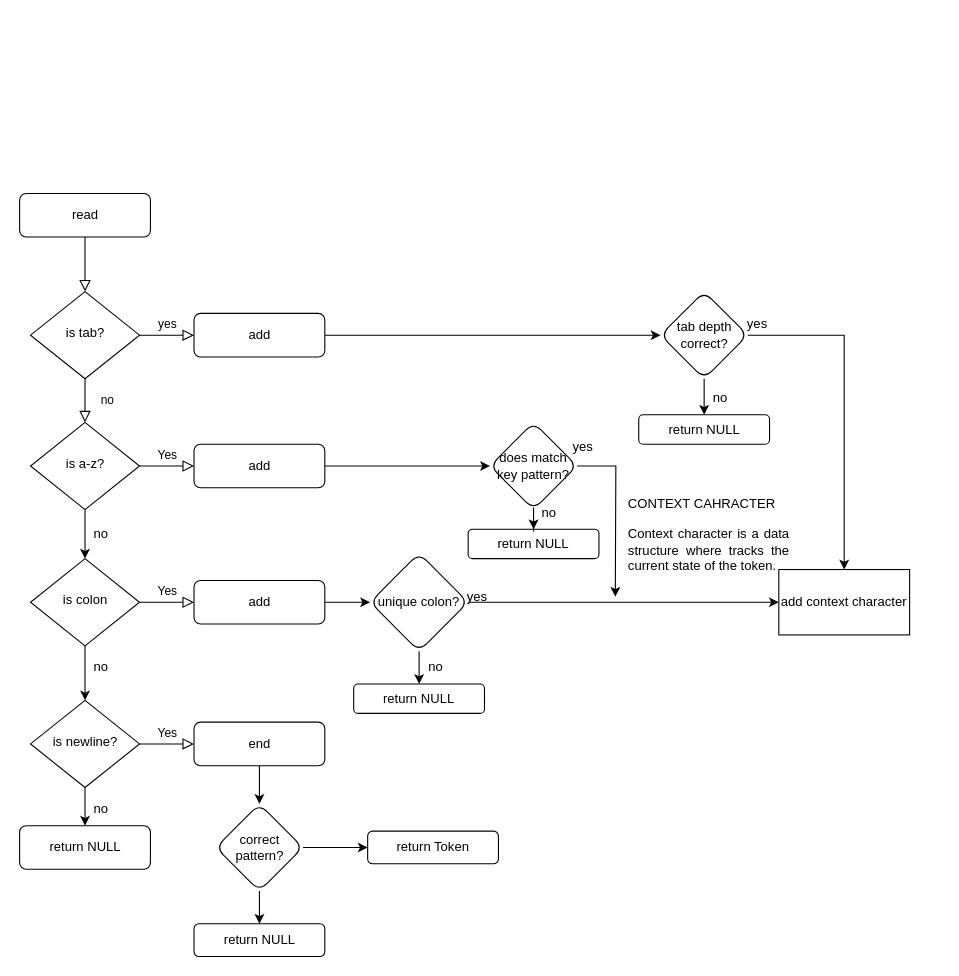
This is page "lexer state machine" (1 of 2) of Lexer-Parser/ex00/ParserLexer.drawio from lugonzalg/Laboratory, a draw.io file, before an edit. Source tidied: cells renumbered, new cells numbered last; positions are measured from the earlier drawing's top-left corner, leaving out a move shared by most shapes. Both pictures are drawn from the tidied source at 109%, with x=0, y=0 at pixel (20, 193).
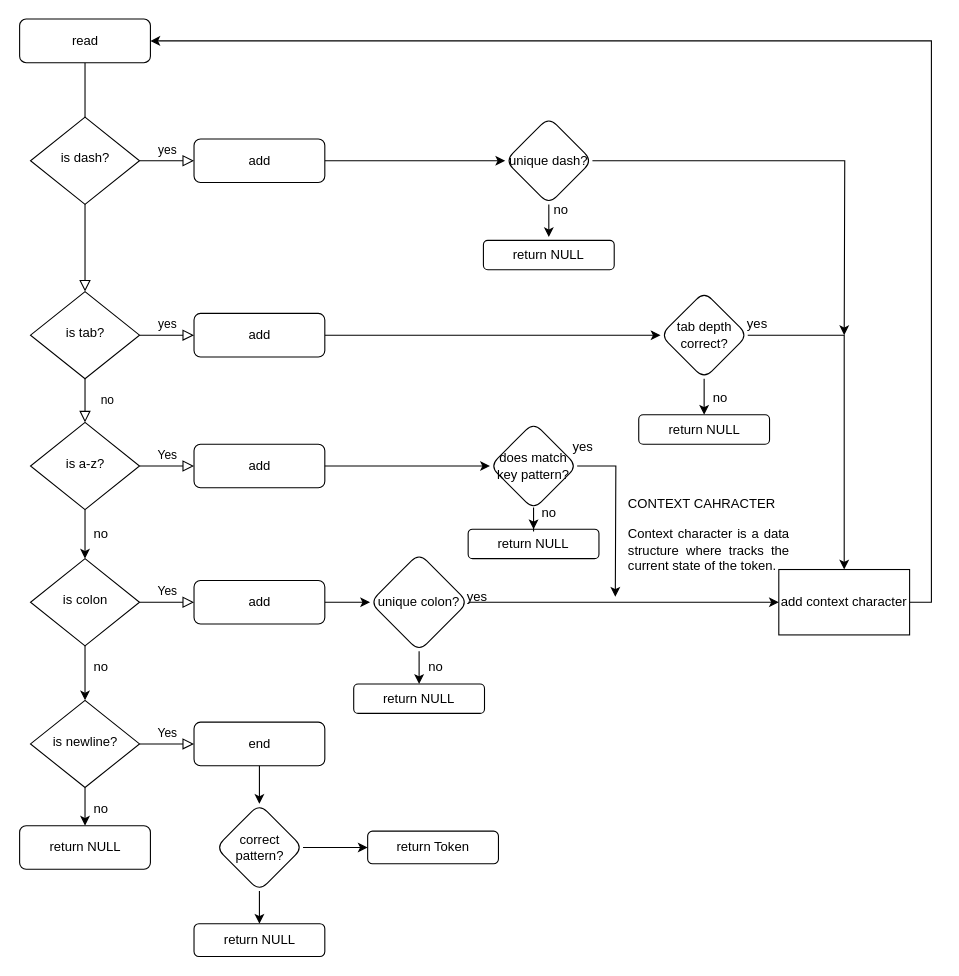
The same page after the edit.

The change refers to these unchanged cells:
```xml
<mxCell id="38" value="add context character" style="rounded=0;whiteSpace=wrap;html=1;" parent="1" vertex="1">
  <mxGeometry x="696" y="345" width="120" height="60" as="geometry" />
</mxCell>
```

The edit, as a diff of the source:
```diff
@@
     <mxCell id="3" value="read" style="rounded=1;whiteSpace=wrap;html=1;fontSize=12;glass=0;strokeWidth=1;shadow=0;" parent="1" vertex="1">
-      <mxGeometry x="-0.5" width="120" height="40" as="geometry" />
+      <mxGeometry x="-0.5" y="-160" width="120" height="40" as="geometry" />
     </mxCell>
@@
+    <mxCell id="54" style="edgeStyle=orthogonalEdgeStyle;rounded=0;jettySize=auto;html=1;entryX=1;entryY=0.5;entryDx=0;entryDy=0;" parent="1" edge="1" source="38" target="3">
+      <mxGeometry relative="1" as="geometry">
+        <Array as="points">
+          <mxPoint x="836" y="375" />
+          <mxPoint x="836" y="-140" />
+        </Array>
+      </mxGeometry>
+    </mxCell>
@@
+    <mxCell id="55" value="yes" style="edgeStyle=orthogonalEdgeStyle;rounded=0;html=1;jettySize=auto;fontSize=11;endArrow=block;endFill=0;endSize=8;strokeWidth=1;shadow=0;labelBackgroundColor=none;" parent="1" edge="1" source="56" target="58">
+      <mxGeometry y="10" relative="1" as="geometry" />
+    </mxCell>
+    <mxCell id="56" value="is dash?" style="rhombus;whiteSpace=wrap;html=1;shadow=0;fontFamily=Helvetica;fontSize=12;align=center;strokeWidth=1;spacing=6;spacingTop=-4;" parent="1" vertex="1">
+      <mxGeometry x="9.5" y="-70" width="100" height="80" as="geometry" />
+    </mxCell>
+    <mxCell id="57" style="edgeStyle=orthogonalEdgeStyle;rounded=0;jettySize=auto;html=1;" parent="1" edge="1" source="58" target="61">
+      <mxGeometry relative="1" as="geometry" />
+    </mxCell>
+    <mxCell id="58" value="add" style="rounded=1;whiteSpace=wrap;html=1;fontSize=12;glass=0;strokeWidth=1;shadow=0;" parent="1" vertex="1">
+      <mxGeometry x="159.5" y="-50" width="120" height="40" as="geometry" />
+    </mxCell>
+    <mxCell id="59" style="edgeStyle=orthogonalEdgeStyle;rounded=0;jettySize=auto;html=1;" parent="1" edge="1" source="61">
+      <mxGeometry relative="1" as="geometry">
+        <mxPoint x="756" y="130" as="targetPoint" />
+      </mxGeometry>
+    </mxCell>
+    <mxCell id="60" style="edgeStyle=orthogonalEdgeStyle;rounded=0;jettySize=auto;html=1;" parent="1" edge="1" source="61">
+      <mxGeometry relative="1" as="geometry">
+        <mxPoint x="485" y="40" as="targetPoint" />
+      </mxGeometry>
+    </mxCell>
+    <mxCell id="61" value="unique dash?" style="rhombus;whiteSpace=wrap;html=1;rounded=1;glass=0;strokeWidth=1;shadow=0;" parent="1" vertex="1">
+      <mxGeometry x="445" y="-70" width="80" height="80" as="geometry" />
+    </mxCell>
+    <mxCell id="62" value="return NULL" style="whiteSpace=wrap;html=1;rounded=1;glass=0;strokeWidth=1;shadow=0;" parent="1" vertex="1">
+      <mxGeometry x="425" y="43" width="120" height="27" as="geometry" />
+    </mxCell>
+    <mxCell id="63" value="no" style="text;html=1;align=center;verticalAlign=middle;strokeColor=none;fillColor=none;" parent="1" vertex="1">
+      <mxGeometry x="476" width="40" height="30" as="geometry" />
+    </mxCell>
```
